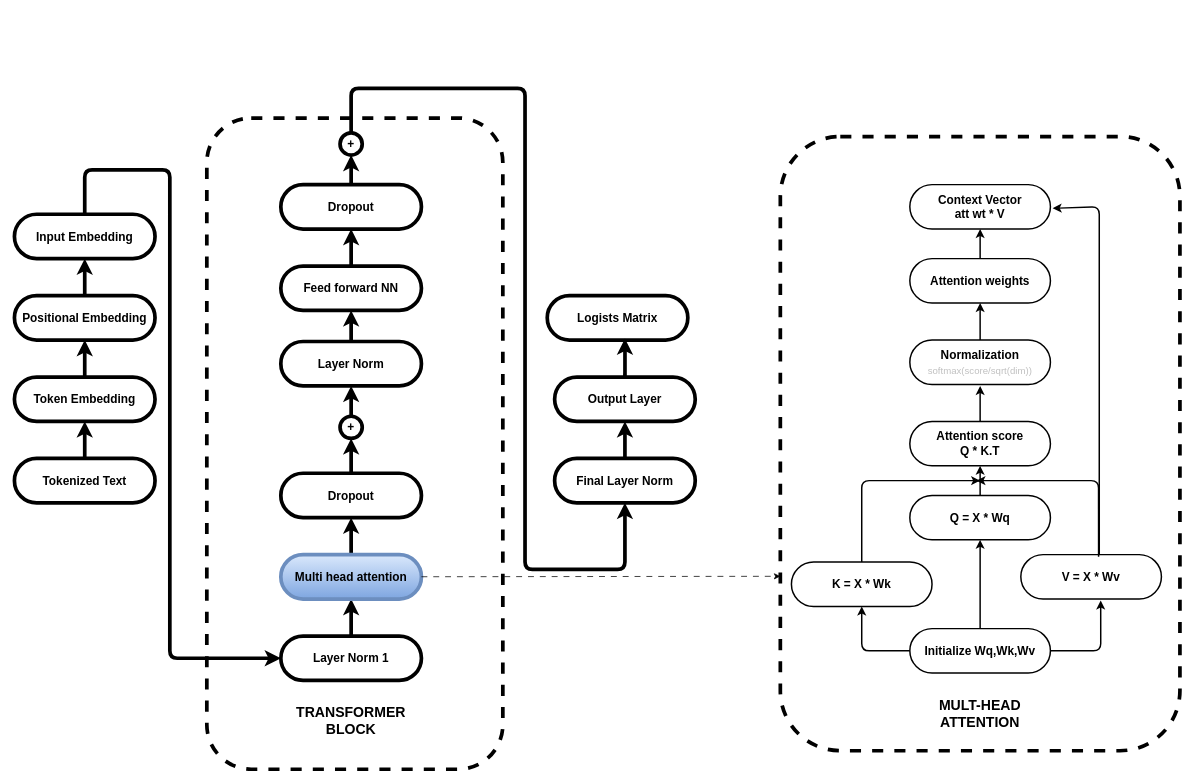
The draw.io diagram _posts/concepts/genai/notes-codes/attention/diagrams/attention/self-attention-big-pic.drawio in samratkar/samratkar.github.io, before the edit. Source tidied: cells renumbered, new cells numbered last; positions are measured from the earlier drawing's top-left corner, leaving out a move shared by most shapes. Both pictures are drawn from the tidied source at 74%, with x=0, y=0 at pixel (14, 88).
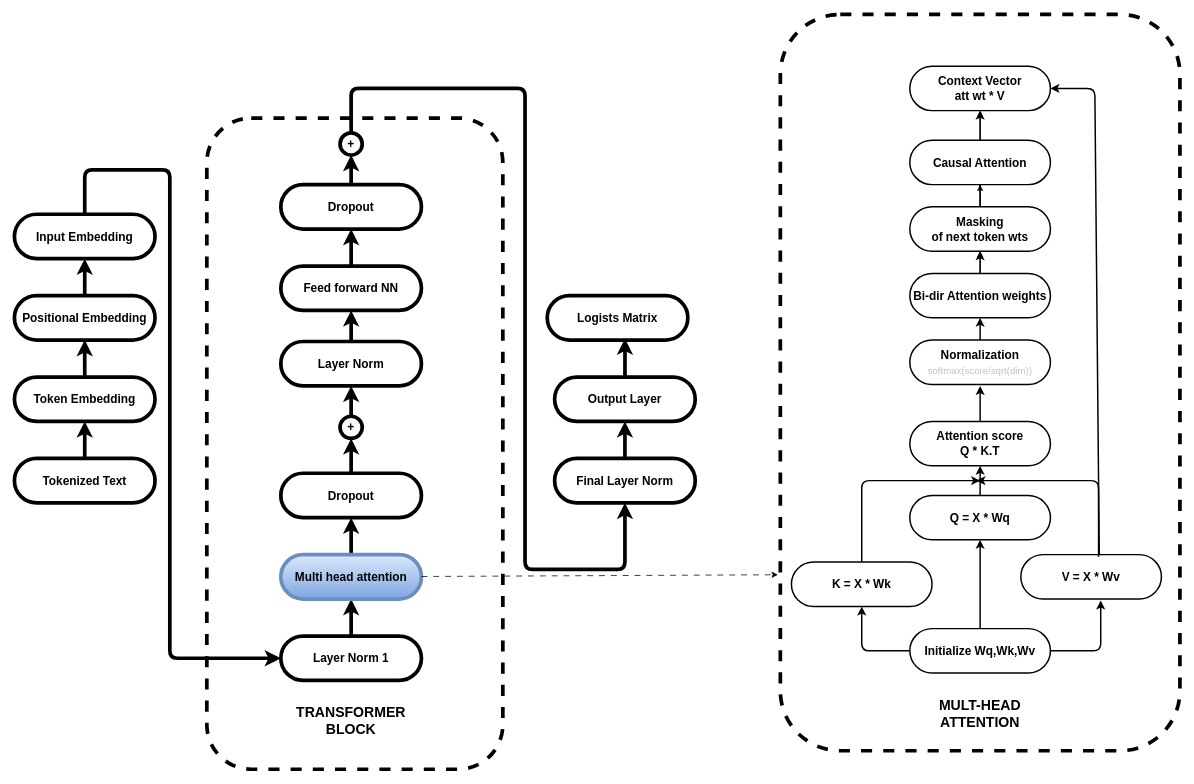
Above is the later version.

The change refers to these unchanged cells:
```xml
<mxCell id="11" value="Multi head attention" style="html=1;dashed=0;whiteSpace=wrap;shape=mxgraph.dfd.start;fontSize=16;fontStyle=1;fillColor=#dae8fc;gradientColor=#7ea6e0;strokeColor=#6c8ebf;strokeWidth=5;" parent="1" vertex="1">
  <mxGeometry x="360" y="630" width="190" height="60" as="geometry" />
</mxCell>
```

Diff of the diagram source:
```diff
@@
     <mxCell id="33" style="rounded=1;whiteSpace=wrap;html=1;dashed=1;fontSize=16;fontStyle=1;strokeWidth=5;fillColor=none;gradientColor=#7ea6e0;strokeColor=#000000;" parent="1" vertex="1">
-      <mxGeometry x="1035" y="65" width="540" height="830" as="geometry" />
+      <mxGeometry x="1035" y="-100" width="540" height="995" as="geometry" />
     </mxCell>
@@
-    <mxCell id="35" style="edgeStyle=none;html=1;entryX=0;entryY=0.716;entryDx=0;entryDy=0;entryPerimeter=0;dashed=1;dashPattern=8 8;" parent="1" edge="1" source="11" target="33">
+    <mxCell id="35" style="edgeStyle=none;html=1;entryX=-0.006;entryY=0.761;entryDx=0;entryDy=0;entryPerimeter=0;dashed=1;dashPattern=8 8;" parent="1" edge="1" source="11" target="33">
       <mxGeometry relative="1" as="geometry" />
     </mxCell>
@@
-    <mxCell id="49" style="edgeStyle=none;html=1;flowAnimation=1;strokeWidth=2;" parent="1" edge="1" source="50" target="52">
+    <mxCell id="49" style="edgeStyle=none;html=1;flowAnimation=1;strokeWidth=2;" parent="1" edge="1" source="58" target="52">
       <mxGeometry relative="1" as="geometry" />
     </mxCell>
+    <mxCell id="54" style="edgeStyle=none;html=1;" parent="1" edge="1" source="50" target="58">
+      <mxGeometry relative="1" as="geometry" />
+    </mxCell>
-    <mxCell id="50" value="Attention weights" style="html=1;dashed=0;whiteSpace=wrap;shape=mxgraph.dfd.start;fontSize=16;fontStyle=1;strokeWidth=2;" parent="1" vertex="1">
-      <mxGeometry x="1210" y="230" width="190" height="60" as="geometry" />
+    <mxCell id="50" value="Bi-dir Attention weights" style="html=1;dashed=0;whiteSpace=wrap;shape=mxgraph.dfd.start;fontSize=16;fontStyle=1;strokeWidth=2;" parent="1" vertex="1">
+      <mxGeometry x="1210" y="250" width="190" height="60" as="geometry" />
     </mxCell>
@@
     <mxCell id="52" value="Context Vector&lt;div&gt;att wt * V&lt;/div&gt;" style="html=1;dashed=0;whiteSpace=wrap;shape=mxgraph.dfd.start;fontSize=16;fontStyle=1;strokeWidth=2;" parent="1" vertex="1">
-      <mxGeometry x="1210" y="130" width="190" height="60" as="geometry" />
+      <mxGeometry x="1210" y="-30" width="190" height="60" as="geometry" />
     </mxCell>
-    <mxCell id="53" style="endArrow=classic;html=1;entryX=1;entryY=0.5;entryDx=0;entryDy=0;entryPerimeter=0;flowAnimation=1;strokeWidth=2;" parent="1" edge="1">
+    <mxCell id="53" style="endArrow=classic;html=1;entryX=1;entryY=0.5;entryDx=0;entryDy=0;entryPerimeter=0;flowAnimation=1;strokeWidth=2;" parent="1" edge="1" target="52">
       <mxGeometry relative="1" as="geometry">
         <mxPoint x="1466" y="630" as="sourcePoint" />
-        <mxPoint x="1403" y="162" as="targetPoint" />
         <Array as="points">
-          <mxPoint x="1466" y="160" />
+          <mxPoint x="1460" />
         </Array>
       </mxGeometry>
     </mxCell>
+    <mxCell id="55" style="edgeStyle=none;html=1;flowAnimation=1;strokeWidth=2;" parent="1" edge="1" source="50" target="58">
+      <mxGeometry relative="1" as="geometry" />
+    </mxCell>
+    <mxCell id="56" style="edgeStyle=none;html=1;" parent="1" edge="1" source="58" target="52">
+      <mxGeometry relative="1" as="geometry" />
+    </mxCell>
+    <mxCell id="57" style="edgeStyle=none;html=1;" parent="1" edge="1" source="58" target="59">
+      <mxGeometry relative="1" as="geometry" />
+    </mxCell>
+    <mxCell id="58" value="Masking&lt;div&gt;of next token wts&lt;/div&gt;" style="html=1;dashed=0;whiteSpace=wrap;shape=mxgraph.dfd.start;fontSize=16;fontStyle=1;strokeWidth=2;" parent="1" vertex="1">
+      <mxGeometry x="1210" y="160" width="190" height="60" as="geometry" />
+    </mxCell>
+    <mxCell id="59" value="Causal Attention" style="html=1;dashed=0;whiteSpace=wrap;shape=mxgraph.dfd.start;fontSize=16;fontStyle=1;strokeWidth=2;" parent="1" vertex="1">
+      <mxGeometry x="1210" y="70" width="190" height="60" as="geometry" />
+    </mxCell>
```
